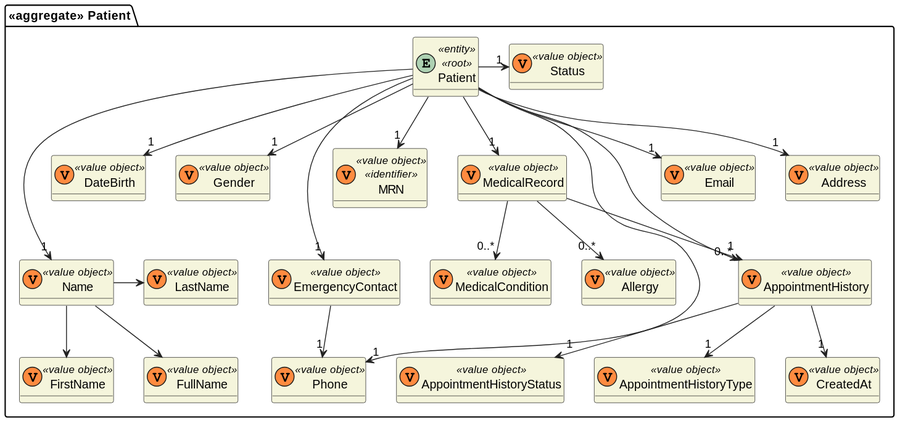
Above: docs/sprint-3/1220683/us-7.2.2/domain-model.svg in rita-barbosa/LAPR5-2425 (PlantUML), before the change. The source it was exported from:
```plantuml
@startuml
skinparam classAttributeIconSize 0
hide empty attributes
skinparam classBackgroundColor beige
skinparam ArrowColor #222222

package "<<aggregate>> Patient" {
    entity Patient <<entity>> <<root>> {}
    class DateBirth <<(V,#FF8B40)value object>> {}
    class Name <<(V,#FF8B40)value object>> {}
    class FirstName <<(V,#FF8B40)value object>> {}
    class LastName <<(V,#FF8B40)value object>> {}
    class FullName <<(V,#FF8B40)value object>> {}
    class Gender <<(V,#FF8B40)value object>> {}
    class EmergencyContact <<(V,#FF8B40)value object>> {}
    class MRN <<(V,#FF8B40)value object>> <<identifier>> {}
    class MedicalRecord <<(V,#FF8B40)value object>> {}
    class Allergy <<(V,#FF8B40)value object>> {}
    class MedicalCondition <<(V,#FF8B40)value object>> {}
    class AppointmentHistory <<(V,#FF8B40)value object>> {}
    class AppointmentHistoryStatus <<(V,#FF8B40)value object>> {}
    class AppointmentHistoryType <<(V,#FF8B40)value object>> {}
    class CreatedAt <<(V,#FF8B40)value object>> {}
    class Phone <<(V,#FF8B40)value object>> {}
    class Email <<(V,#FF8B40)value object>> {}
    class Address <<(V,#FF8B40)value object>> {}
    class Status <<(V,#FF8B40)value object>> {}
}



Name --> FirstName
Name -> LastName
Name --> FullName

Patient -> "1" Status
Patient ---> "1" Name
Patient --> "1" DateBirth
Patient --> "1" Gender
Patient ---> "1" EmergencyContact
Patient --> "1" MRN
Patient --> "1" MedicalRecord
MedicalRecord --> "0..*" MedicalCondition
MedicalRecord --> "0..*" Allergy
MedicalRecord --> "1" AppointmentHistory
Patient --> "0..*" AppointmentHistory
Patient --> "1" Email
Patient --> "1" Phone
Patient --> "1" Address
EmergencyContact --> "1" Phone

AppointmentHistory --> "1" AppointmentHistoryStatus
AppointmentHistory --> "1" AppointmentHistoryType
AppointmentHistory --> "1" CreatedAt
@enduml
```
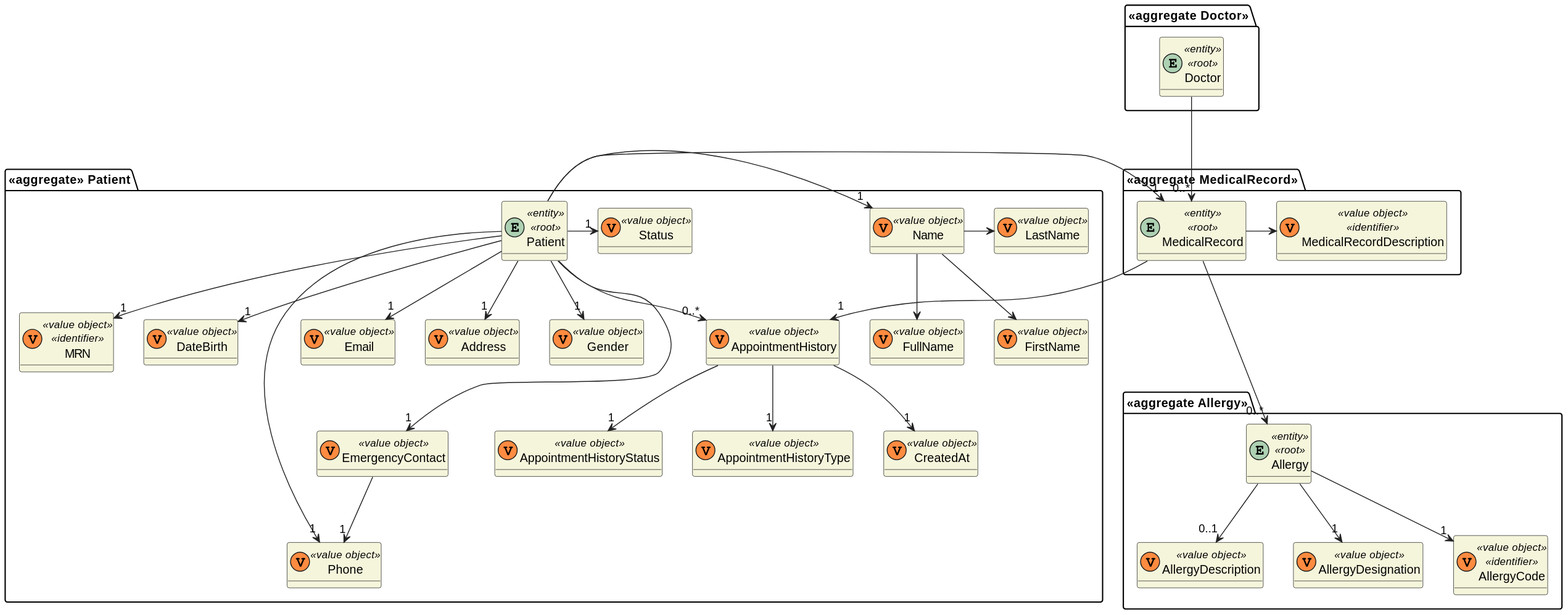
After the commit.

What changed in the source:
```diff
@@ -7,26 +7,38 @@
 package "<<aggregate>> Patient" {
     entity Patient <<entity>> <<root>> {}
     class DateBirth <<(V,#FF8B40)value object>> {}
+    class Gender <<(V,#FF8B40)value object>> {}
+    class EmergencyContact <<(V,#FF8B40)value object>> {}
+    class MRN <<(V,#FF8B40)value object>> <<identifier>> {}
+    class AppointmentHistory <<(V,#FF8B40)value object>> {}
+    class AppointmentHistoryStatus <<(V,#FF8B40)value object>> {}
+    class AppointmentHistoryType <<(V,#FF8B40)value object>> {}
+    class CreatedAt <<(V,#FF8B40)value object>> {}
     class Name <<(V,#FF8B40)value object>> {}
     class FirstName <<(V,#FF8B40)value object>> {}
     class LastName <<(V,#FF8B40)value object>> {}
     class FullName <<(V,#FF8B40)value object>> {}
-    class Gender <<(V,#FF8B40)value object>> {}
-    class EmergencyContact <<(V,#FF8B40)value object>> {}
-    class MRN <<(V,#FF8B40)value object>> <<identifier>> {}
-    class MedicalRecord <<(V,#FF8B40)value object>> {}
-    class Allergy <<(V,#FF8B40)value object>> {}
-    class MedicalCondition <<(V,#FF8B40)value object>> {}
-    class AppointmentHistory <<(V,#FF8B40)value object>> {}
-    class AppointmentHistoryStatus <<(V,#FF8B40)value object>> {}
-    class AppointmentHistoryType <<(V,#FF8B40)value object>> {}
-    class CreatedAt <<(V,#FF8B40)value object>> {}
     class Phone <<(V,#FF8B40)value object>> {}
     class Email <<(V,#FF8B40)value object>> {}
     class Address <<(V,#FF8B40)value object>> {}
     class Status <<(V,#FF8B40)value object>> {}
 }
 
+package "<<aggregate MedicalRecord>>" {
+    entity MedicalRecord <<entity>><<root>>{}
+    class MedicalRecordDescription <<(V,#FF8B40)value object>> <<identifier>> {}
+}
+
+package "<<aggregate Allergy>>" {
+    entity Allergy <<entity>><<root>>{}
+    class AllergyDesignation <<(V,#FF8B40)value object>> {}
+    class AllergyCode <<(V,#FF8B40)value object>> <<identifier>> {}
+    class AllergyDescription <<(V,#FF8B40)value object>>  {}
+}
+
+package "<<aggregate Doctor>>" {
+    entity Doctor <<entity>><<root>>{}
+}
 
 
 Name --> FirstName
@@ -34,14 +46,12 @@
 Name --> FullName
 
 Patient -> "1" Status
-Patient ---> "1" Name
+Patient -> "1" Name
 Patient --> "1" DateBirth
 Patient --> "1" Gender
 Patient ---> "1" EmergencyContact
 Patient --> "1" MRN
-Patient --> "1" MedicalRecord
-MedicalRecord --> "0..*" MedicalCondition
-MedicalRecord --> "0..*" Allergy
+Patient -> "1" MedicalRecord
 MedicalRecord --> "1" AppointmentHistory
 Patient --> "0..*" AppointmentHistory
 Patient --> "1" Email
@@ -52,4 +62,12 @@
 AppointmentHistory --> "1" AppointmentHistoryStatus
 AppointmentHistory --> "1" AppointmentHistoryType
 AppointmentHistory --> "1" CreatedAt
+
+MedicalRecord ---> "0..*" Allergy
+MedicalRecord -> MedicalRecordDescription
+Doctor ---> "0..*" MedicalRecord
+
+Allergy --> "1" AllergyCode
+Allergy --> "0..1" AllergyDescription
+Allergy --> "1" AllergyDesignation
 @enduml
```
